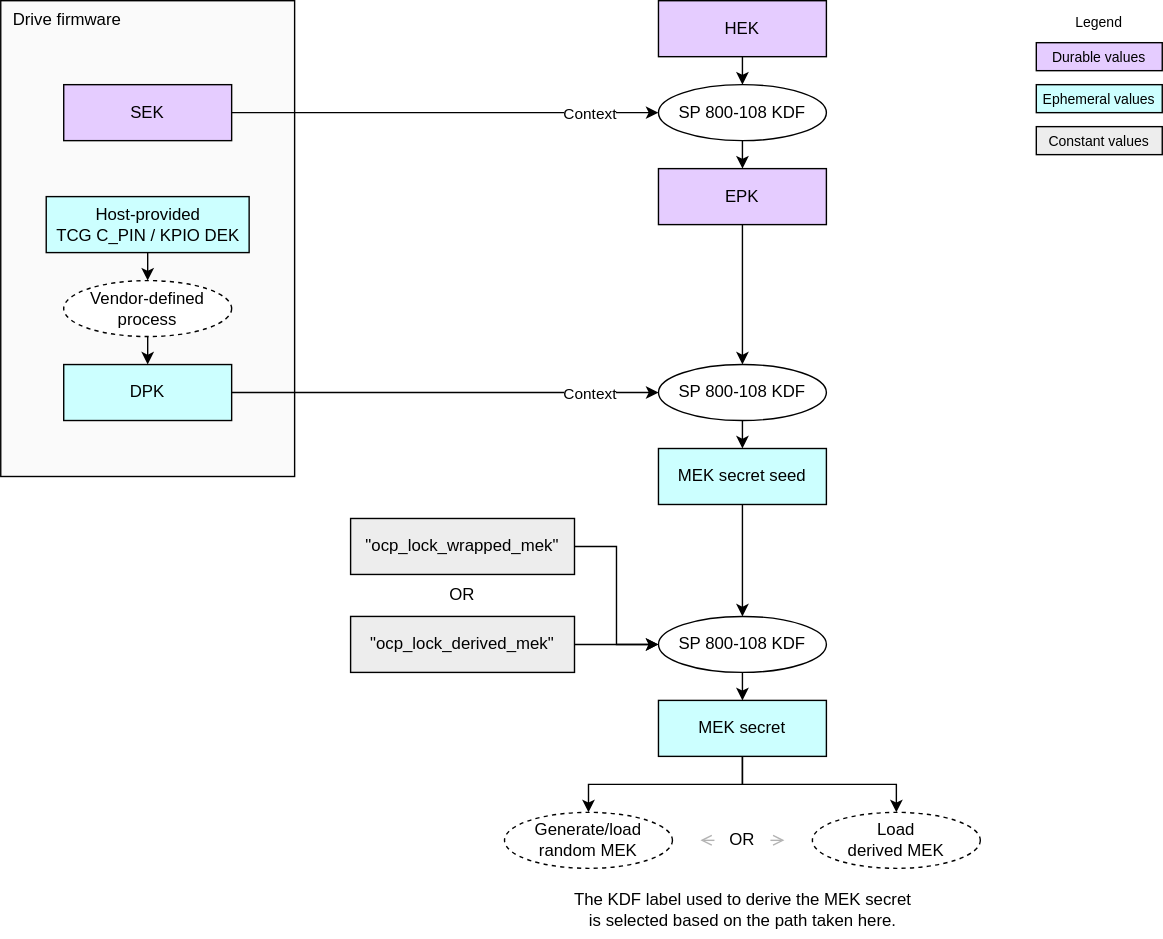
Before: doc/ocp_lock/diagrams/mek_secret_derivation_no_mpks.drawio.svg, a diagram exported from draw.io (chipsalliance/Caliptra). Source tidied: cells renumbered, new cells last; positions are measured from the earlier drawing's top-left corner, leaving out a move shared by most shapes.
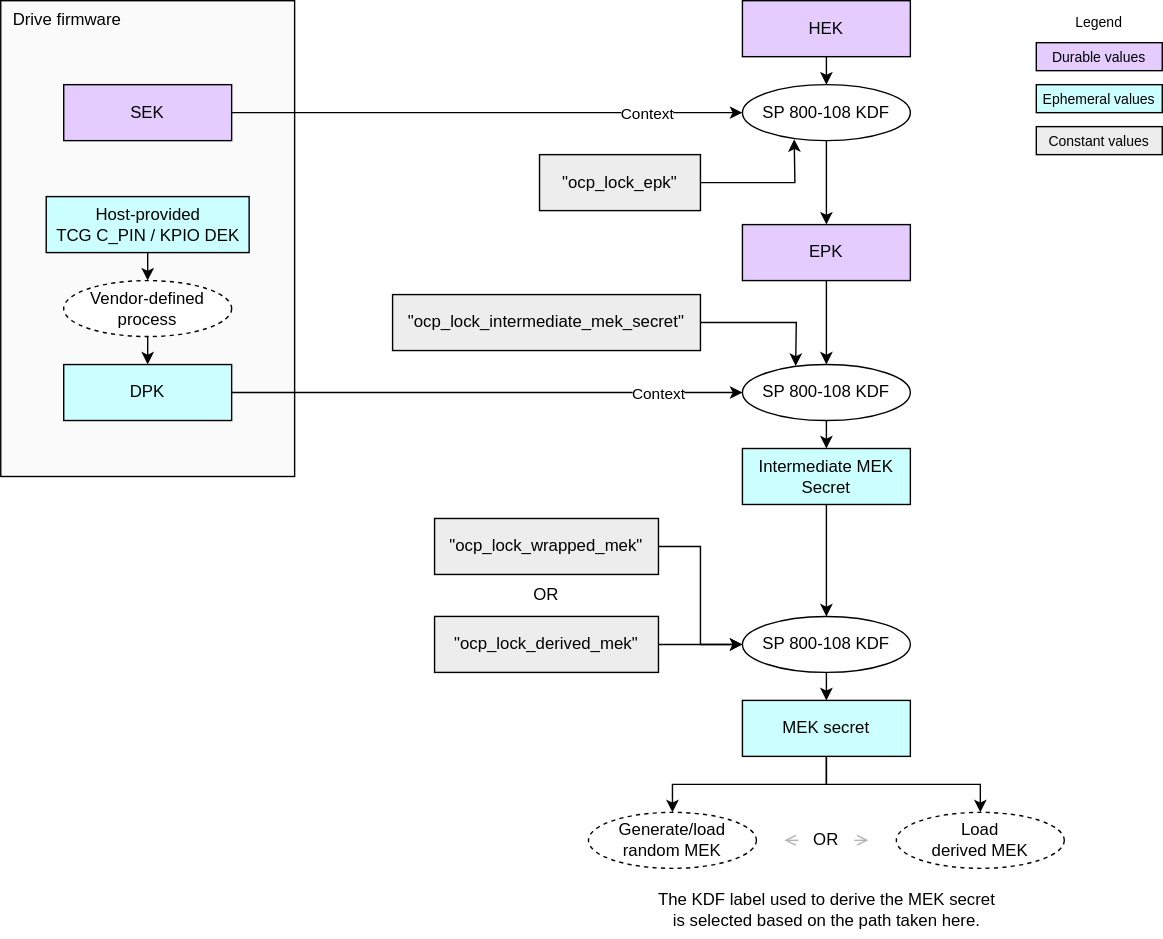
Above is the later version.

Commit message:
[OCP-LOCK]: Add KDF labels to diagrams (#632)

Diff of the diagram source:
```diff
@@ -3,16 +3,16 @@
     <mxCell id="0" />
     <mxCell id="1" parent="0" />
     <mxCell id="2" value="Drive firmware" style="rounded=0;whiteSpace=wrap;html=1;fillColor=#FAFAFA;strokeColor=#000000;align=left;verticalAlign=top;spacingLeft=7;" parent="1" vertex="1">
-      <mxGeometry width="210" height="340" as="geometry" />
+      <mxGeometry x="-60" width="210" height="340" as="geometry" />
     </mxCell>
     <mxCell id="3" value="&lt;div&gt;&lt;font color=&quot;#000000&quot;&gt;Durable values&lt;/font&gt;&lt;/div&gt;" style="rounded=0;whiteSpace=wrap;html=1;align=center;verticalAlign=middle;shadow=0;glass=0;spacingLeft=0;spacingBottom=0;spacingTop=0;fillColor=#E5CCFF;fontSize=10;" parent="1" vertex="1">
-      <mxGeometry x="740" y="30" width="90" height="20" as="geometry" />
+      <mxGeometry x="680" y="30" width="90" height="20" as="geometry" />
     </mxCell>
     <mxCell id="4" value="Legend" style="text;strokeColor=none;align=center;fillColor=none;html=1;verticalAlign=middle;whiteSpace=wrap;rounded=0;fontSize=10;" parent="1" vertex="1">
-      <mxGeometry x="755" width="60" height="30" as="geometry" />
+      <mxGeometry x="695" width="60" height="30" as="geometry" />
     </mxCell>
     <mxCell id="5" value="&lt;div&gt;&lt;font color=&quot;#000000&quot;&gt;Ephemeral values&lt;/font&gt;&lt;/div&gt;" style="rounded=0;whiteSpace=wrap;html=1;align=center;verticalAlign=middle;shadow=0;glass=0;spacingLeft=0;spacingBottom=0;spacingTop=0;fillColor=#CCFFFF;fontSize=10;" parent="1" vertex="1">
-      <mxGeometry x="740" y="60" width="90" height="20" as="geometry" />
+      <mxGeometry x="680" y="60" width="90" height="20" as="geometry" />
     </mxCell>
     <mxCell id="6" style="edgeStyle=none;html=1;exitX=0.5;exitY=1;exitDx=0;exitDy=0;entryX=0.5;entryY=0;entryDx=0;entryDy=0;" parent="1" edge="1" source="7" target="20">
       <mxGeometry relative="1" as="geometry" />
@@ -29,13 +29,13 @@
       </mxGeometry>
     </mxCell>
     <mxCell id="10" value="&lt;div&gt;&lt;font color=&quot;#000000&quot;&gt;DPK&lt;/font&gt;&lt;/div&gt;" style="rounded=0;whiteSpace=wrap;html=1;align=center;verticalAlign=middle;shadow=0;glass=0;spacingLeft=0;spacingBottom=0;spacingTop=0;fillColor=#CCFFFF;" parent="1" vertex="1">
-      <mxGeometry x="45" y="260" width="120" height="40" as="geometry" />
+      <mxGeometry x="-15" y="260" width="120" height="40" as="geometry" />
     </mxCell>
     <mxCell id="11" style="edgeStyle=orthogonalEdgeStyle;html=1;exitX=1;exitY=0.5;exitDx=0;exitDy=0;entryX=0;entryY=0.5;entryDx=0;entryDy=0;rounded=0;" parent="1" edge="1" source="13" target="20">
       <mxGeometry relative="1" as="geometry">
         <Array as="points">
-          <mxPoint x="180" y="80" />
-          <mxPoint x="180" y="80" />
+          <mxPoint x="120" y="80" />
+          <mxPoint x="120" y="80" />
         </Array>
       </mxGeometry>
     </mxCell>
@@ -45,22 +45,22 @@
       </mxGeometry>
     </mxCell>
     <mxCell id="13" value="&lt;div&gt;&lt;font color=&quot;#000000&quot;&gt;SEK&lt;/font&gt;&lt;/div&gt;" style="rounded=0;whiteSpace=wrap;html=1;align=center;verticalAlign=middle;shadow=0;glass=0;spacingLeft=0;spacingBottom=0;spacingTop=0;fillColor=#E5CCFF;" parent="1" vertex="1">
-      <mxGeometry x="45" y="60" width="120" height="40" as="geometry" />
+      <mxGeometry x="-15" y="60" width="120" height="40" as="geometry" />
     </mxCell>
     <mxCell id="14" value="&lt;div&gt;&lt;font color=&quot;#000000&quot;&gt;Constant values&lt;/font&gt;&lt;/div&gt;" style="rounded=0;whiteSpace=wrap;html=1;align=center;verticalAlign=middle;shadow=0;glass=0;spacingLeft=0;spacingBottom=0;spacingTop=0;fillColor=#EDEDED;fontSize=10;" parent="1" vertex="1">
-      <mxGeometry x="740" y="90" width="90" height="20" as="geometry" />
+      <mxGeometry x="680" y="90" width="90" height="20" as="geometry" />
     </mxCell>
     <mxCell id="15" style="edgeStyle=none;html=1;exitX=0.5;exitY=1;exitDx=0;exitDy=0;entryX=0.5;entryY=0;entryDx=0;entryDy=0;" parent="1" edge="1" source="16" target="10">
       <mxGeometry relative="1" as="geometry" />
     </mxCell>
     <mxCell id="16" value="Vendor-defined process" style="ellipse;whiteSpace=wrap;html=1;fillColor=#FFFFFF;dashed=1;" parent="1" vertex="1">
-      <mxGeometry x="45" y="200" width="120" height="40" as="geometry" />
+      <mxGeometry x="-15" y="200" width="120" height="40" as="geometry" />
     </mxCell>
     <mxCell id="17" style="edgeStyle=none;html=1;exitX=0.5;exitY=1;exitDx=0;exitDy=0;entryX=0.5;entryY=0;entryDx=0;entryDy=0;" parent="1" edge="1" source="18" target="16">
       <mxGeometry relative="1" as="geometry" />
     </mxCell>
     <mxCell id="18" value="&lt;div&gt;&lt;font color=&quot;#000000&quot;&gt;Host-provided&lt;/font&gt;&lt;/div&gt;&lt;div&gt;&lt;font color=&quot;#000000&quot;&gt;TCG C_PIN / KPIO DEK&lt;/font&gt;&lt;/div&gt;" style="rounded=0;whiteSpace=wrap;html=1;align=center;verticalAlign=middle;shadow=0;glass=0;spacingLeft=0;spacingBottom=0;spacingTop=0;fillColor=#CCFFFF;" parent="1" vertex="1">
-      <mxGeometry x="32.5" y="140" width="145" height="40" as="geometry" />
+      <mxGeometry x="-27.5" y="140" width="145" height="40" as="geometry" />
     </mxCell>
     <mxCell id="19" style="edgeStyle=none;html=1;exitX=0.5;exitY=1;exitDx=0;exitDy=0;entryX=0.5;entryY=0;entryDx=0;entryDy=0;" parent="1" edge="1" source="20" target="22">
       <mxGeometry relative="1" as="geometry" />
@@ -72,7 +72,7 @@
       <mxGeometry relative="1" as="geometry" />
     </mxCell>
     <mxCell id="22" value="&lt;div&gt;&lt;font color=&quot;#000000&quot;&gt;EPK&lt;/font&gt;&lt;/div&gt;" style="rounded=0;whiteSpace=wrap;html=1;align=center;verticalAlign=middle;shadow=0;glass=0;spacingLeft=0;spacingBottom=0;spacingTop=0;fillColor=#E5CCFF;" parent="1" vertex="1">
-      <mxGeometry x="470" y="120" width="120" height="40" as="geometry" />
+      <mxGeometry x="470" y="160" width="120" height="40" as="geometry" />
     </mxCell>
     <mxCell id="23" style="edgeStyle=none;html=1;exitX=0.5;exitY=1;exitDx=0;exitDy=0;entryX=0.5;entryY=0;entryDx=0;entryDy=0;" parent="1" edge="1" source="24" target="26">
       <mxGeometry relative="1" as="geometry" />
@@ -83,7 +83,7 @@
     <mxCell id="25" style="edgeStyle=none;html=1;exitX=0.5;exitY=1;exitDx=0;exitDy=0;entryX=0.5;entryY=0;entryDx=0;entryDy=0;" parent="1" edge="1" source="26" target="28">
       <mxGeometry relative="1" as="geometry" />
     </mxCell>
-    <mxCell id="26" value="&lt;div&gt;&lt;font color=&quot;#000000&quot;&gt;MEK secret seed&lt;/font&gt;&lt;/div&gt;" style="rounded=0;whiteSpace=wrap;html=1;align=center;verticalAlign=middle;shadow=0;glass=0;spacingLeft=0;spacingBottom=0;spacingTop=0;fillColor=#CCFFFF;" parent="1" vertex="1">
+    <mxCell id="26" value="&lt;div&gt;&lt;font color=&quot;#000000&quot;&gt;Intermediate MEK Secret&lt;/font&gt;&lt;/div&gt;" style="rounded=0;whiteSpace=wrap;html=1;align=center;verticalAlign=middle;shadow=0;glass=0;spacingLeft=0;spacingBottom=0;spacingTop=0;fillColor=#CCFFFF;" parent="1" vertex="1">
       <mxGeometry x="470" y="320" width="120" height="40" as="geometry" />
     </mxCell>
     <mxCell id="27" style="edgeStyle=orthogonalEdgeStyle;html=1;exitX=0.5;exitY=1;exitDx=0;exitDy=0;entryX=0.5;entryY=0;entryDx=0;entryDy=0;rounded=0;" parent="1" edge="1" source="28" target="34">
@@ -138,5 +138,21 @@
     <mxCell id="42" value="OR" style="text;strokeColor=none;align=center;fillColor=none;html=1;verticalAlign=middle;whiteSpace=wrap;rounded=0;" parent="1" vertex="1">
       <mxGeometry x="250" y="410" width="160" height="30" as="geometry" />
     </mxCell>
+    <mxCell id="43" value="&lt;div&gt;&lt;span style=&quot;background-color: transparent;&quot;&gt;&quot;ocp_lock_epk&quot;&lt;/span&gt;&lt;/div&gt;" style="rounded=0;whiteSpace=wrap;html=1;align=center;verticalAlign=middle;shadow=0;glass=0;spacingLeft=0;spacingBottom=0;spacingTop=0;fillColor=#EDEDED;" parent="1" vertex="1">
+      <mxGeometry x="325" y="110" width="115" height="40" as="geometry" />
+    </mxCell>
+    <mxCell id="44" style="edgeStyle=orthogonalEdgeStyle;html=1;exitX=1;exitY=0.5;exitDx=0;exitDy=0;entryX=0.308;entryY=0.975;entryDx=0;entryDy=0;entryPerimeter=0;rounded=0;curved=0;" parent="1" edge="1" source="43">
+      <mxGeometry relative="1" as="geometry">
+        <mxPoint x="507" y="99" as="targetPoint" />
+      </mxGeometry>
+    </mxCell>
+    <mxCell id="45" value="&lt;div&gt;&lt;span style=&quot;background-color: transparent;&quot;&gt;&quot;ocp_lock_intermediate_mek_secret&quot;&lt;/span&gt;&lt;/div&gt;" style="rounded=0;whiteSpace=wrap;html=1;align=center;verticalAlign=middle;shadow=0;glass=0;spacingLeft=0;spacingBottom=0;spacingTop=0;fillColor=#EDEDED;" parent="1" vertex="1">
+      <mxGeometry x="220" y="210" width="220" height="40" as="geometry" />
+    </mxCell>
+    <mxCell id="46" style="edgeStyle=orthogonalEdgeStyle;html=1;exitX=1;exitY=0.5;exitDx=0;exitDy=0;entryX=0.317;entryY=0.05;entryDx=0;entryDy=0;entryPerimeter=0;rounded=0;curved=0;" parent="1" edge="1" source="45">
+      <mxGeometry relative="1" as="geometry">
+        <mxPoint x="508" y="261" as="targetPoint" />
+      </mxGeometry>
+    </mxCell>
   </root>
 </mxGraphModel>
```
